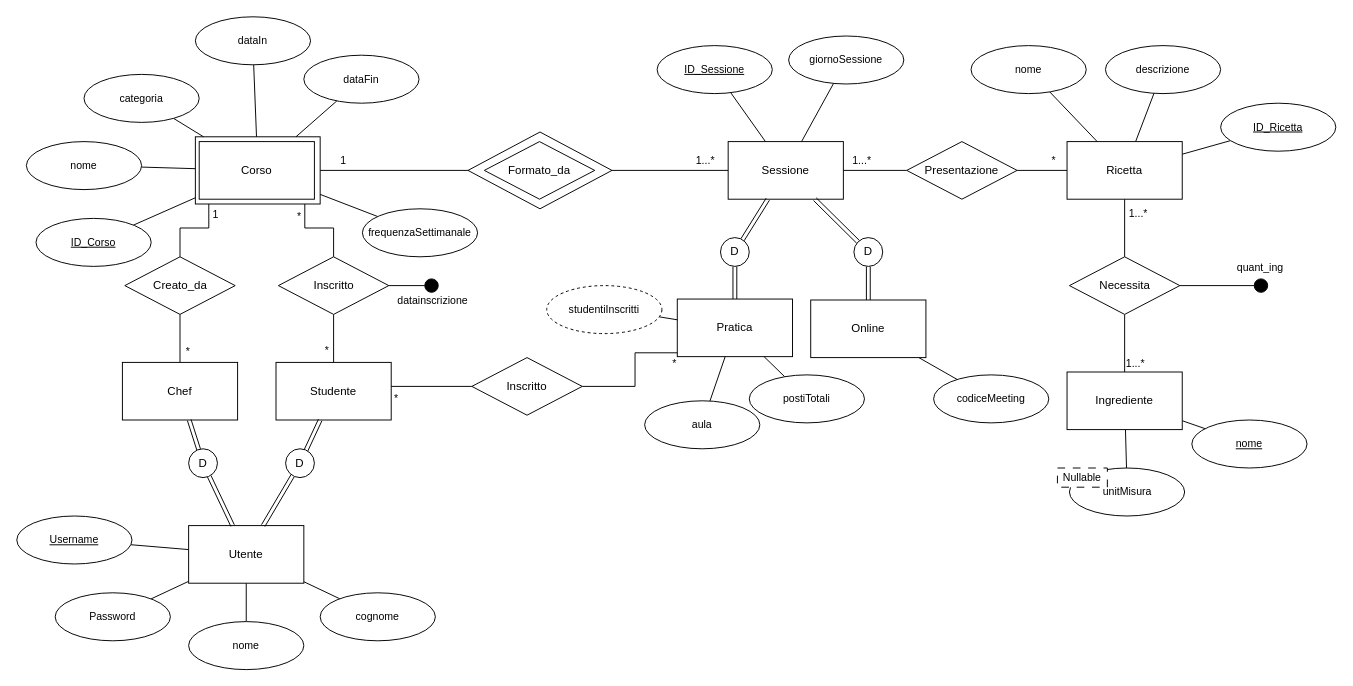
Before: page "E-R" (2 of 4) of bdd/uml/UML1.drawio in MetisWastaken/UninaFoodLab, a draw.io diagram. Source tidied: cells renumbered, new cells numbered last; positions are measured from the earlier drawing's top-left corner, leaving out a move shared by most shapes. Both pictures are drawn from the tidied source at 96%, with x=0, y=0 at pixel (16, 16).
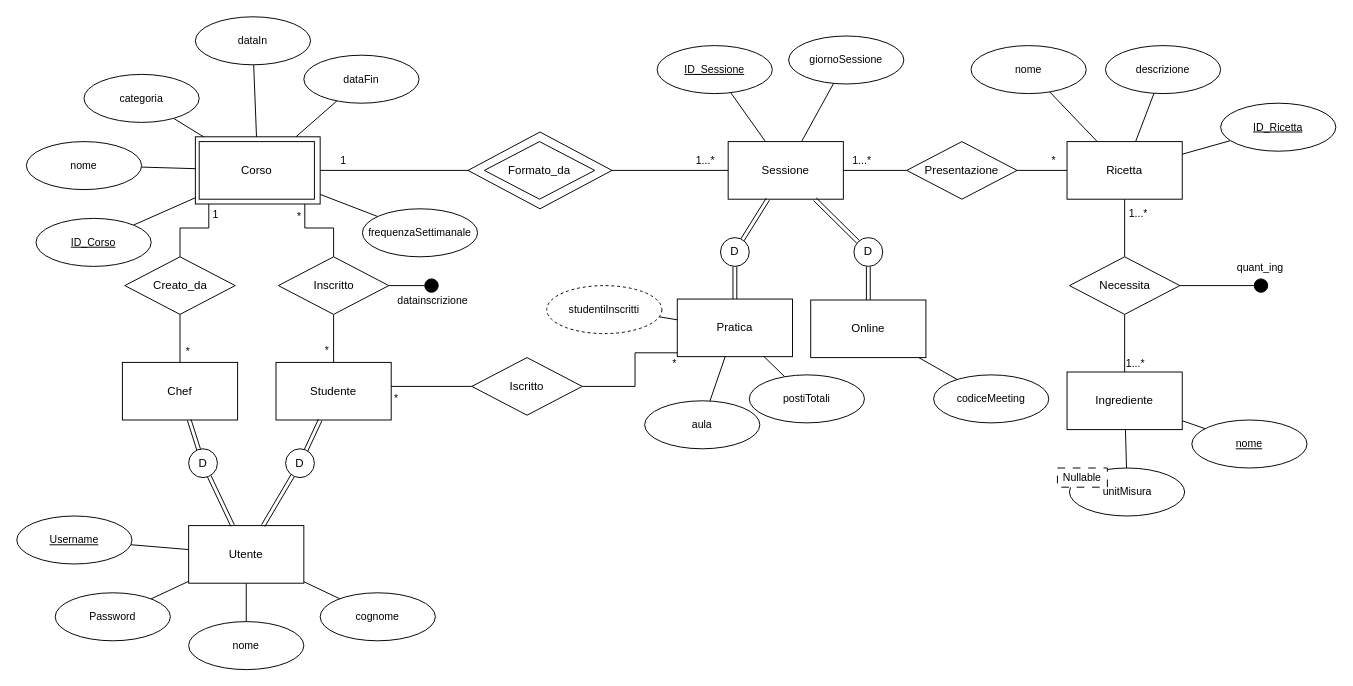
The same diagram, later.

Change to the diagram source:
```diff
@@
-    <mxCell id="99" value="Inscritto" style="rhombus;whiteSpace=wrap;html=1;" parent="1" vertex="1">
+    <mxCell id="99" value="Iscritto" style="rhombus;whiteSpace=wrap;html=1;" parent="1" vertex="1">
       <mxGeometry x="474" y="355" width="115" height="60" as="geometry" />
     </mxCell>
```
